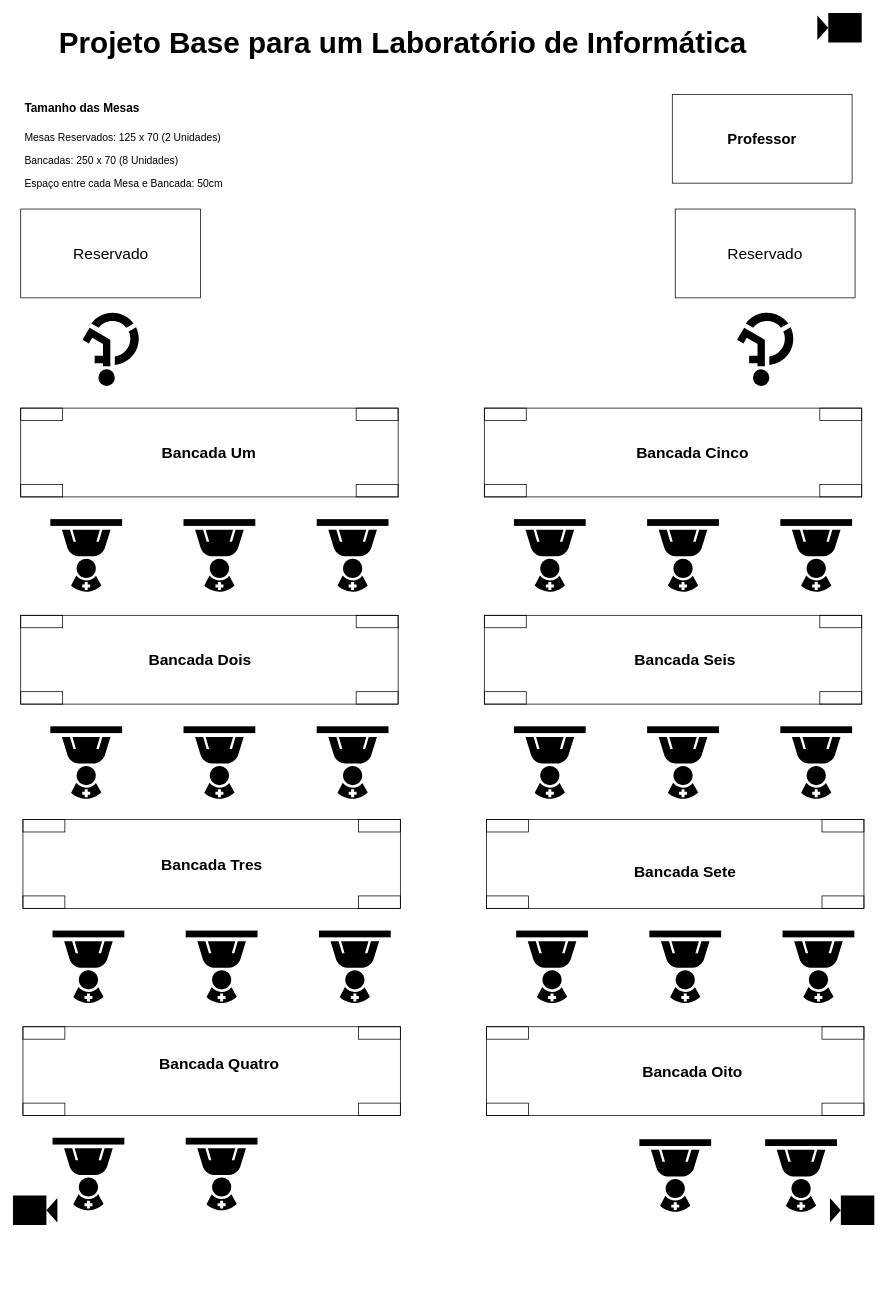
FcoCarlosBarbosaMartins/ProjetoPavuna keeps this draw.io diagram as page 1 of 7 of ProjetoPavuna.drawio. Above is the earlier version. Source tidied: cells renumbered, new cells numbered last; positions are measured from the earlier drawing's top-left corner, leaving out a move shared by most shapes. Both pictures are drawn from the tidied source at 74%, with x=0, y=0 at pixel (13, 13).
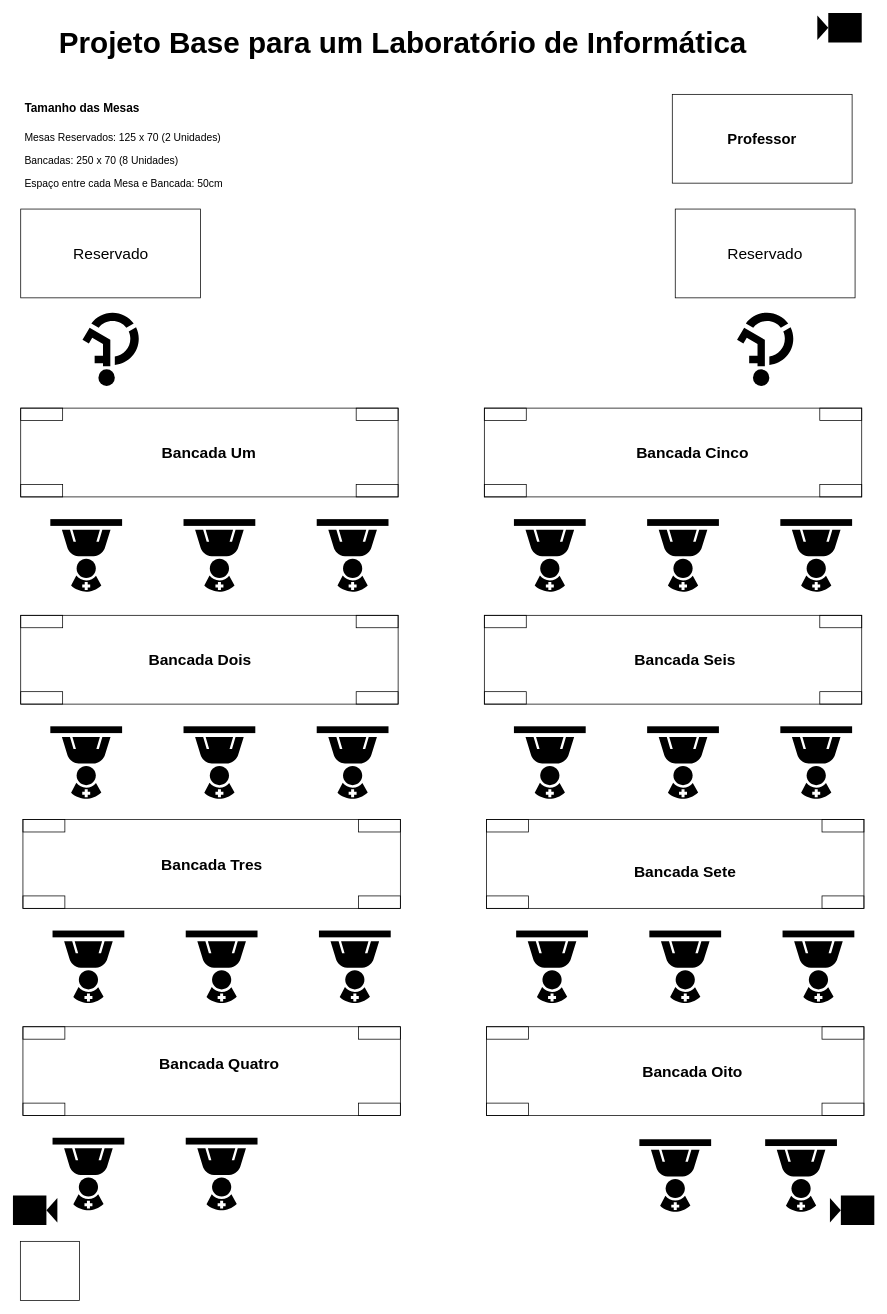
Above is the later version.

What changed in the source:
```diff
@@
+    <mxCell id="50" style="whiteSpace=wrap;html=1;" parent="1" vertex="1">
+      <mxGeometry x="10" y="1660" width="80" height="80" as="geometry" />
+    </mxCell>
```
